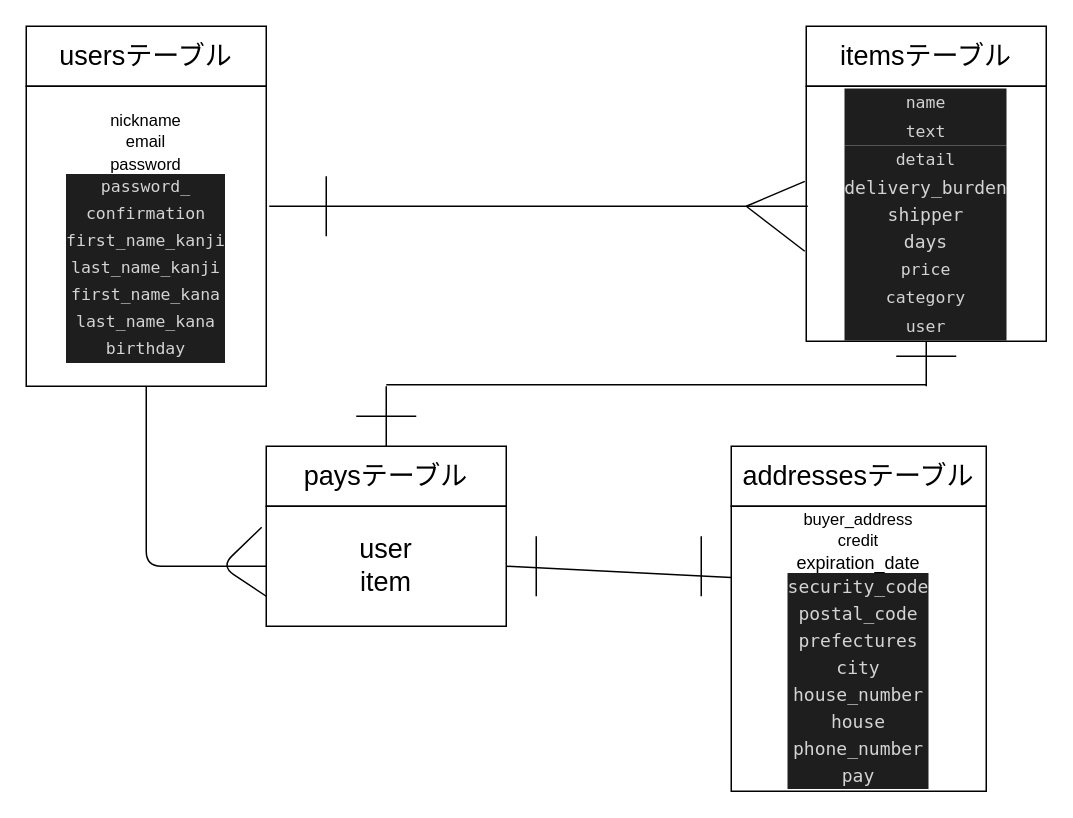
The draw.io diagram test.dio in maduya/furima-28123, before the edit. Source tidied: cells renumbered, new cells numbered last; positions are measured from the earlier drawing's top-left corner, leaving out a move shared by most shapes. Both pictures are drawn from the tidied source at 150%, with x=0, y=0 at pixel (26, 26).
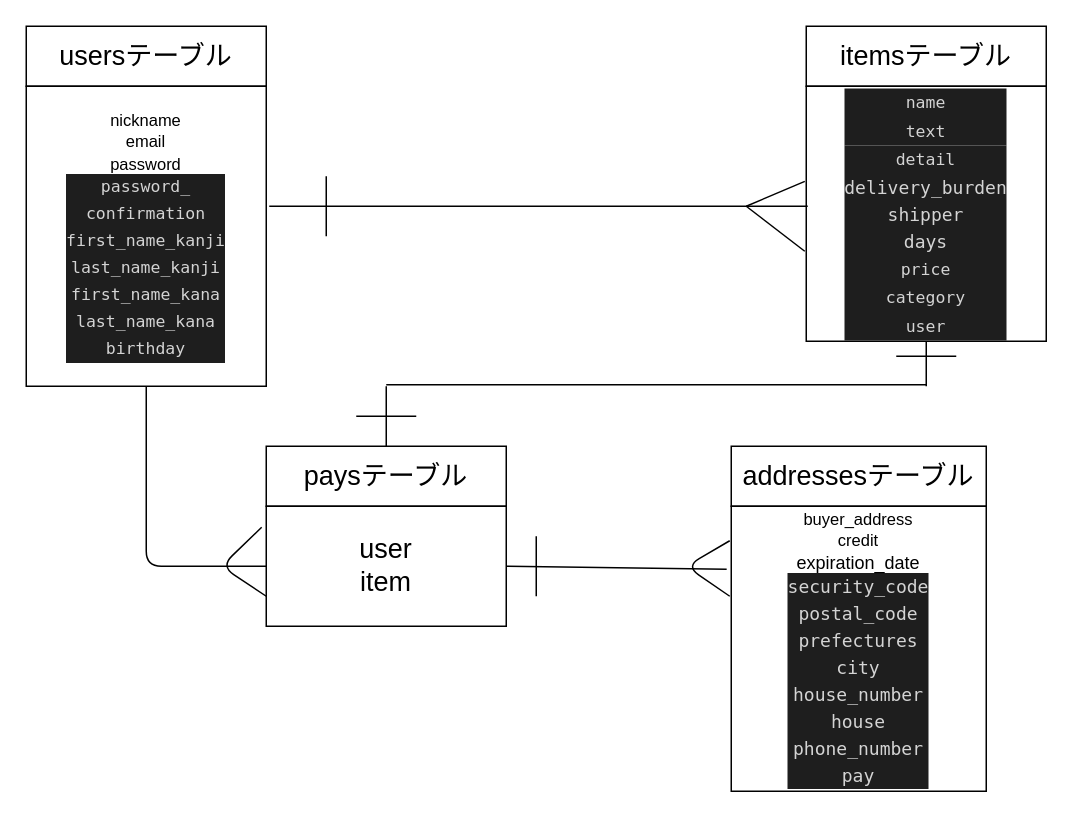
Above is the later version.

Commit message (it also covers changes not shown here):
テーブルの作成ー修正5度目

Unchanged cells that the change refers to:
```xml
<mxCell id="7" value="&lt;font style=&quot;font-size: 18px&quot;&gt;user&lt;br&gt;item&lt;br&gt;&lt;/font&gt;" style="rounded=0;whiteSpace=wrap;html=1;" parent="1" vertex="1">
  <mxGeometry x="160" y="320" width="160" height="80" as="geometry" />
</mxCell>
<mxCell id="9" value="&lt;font&gt;&lt;font style=&quot;font-size: 11px&quot;&gt;buyer_address&lt;br&gt;credit&lt;br&gt;&lt;/font&gt;expiration_date&lt;br&gt;&lt;div style=&quot;color: rgb(212 , 212 , 212) ; background-color: rgb(30 , 30 , 30) ; font-family: &amp;#34;menlo&amp;#34; , &amp;#34;monaco&amp;#34; , &amp;#34;courier new&amp;#34; , monospace ; line-height: 18px&quot;&gt;security_code&lt;/div&gt;&lt;div style=&quot;color: rgb(212 , 212 , 212) ; background-color: rgb(30 , 30 , 30) ; font-family: &amp;#34;menlo&amp;#34; , &amp;#34;monaco&amp;#34; , &amp;#34;courier new&amp;#34; , monospace ; line-height: 18px&quot;&gt;&lt;div style=&quot;font-family: &amp;#34;menlo&amp;#34; , &amp;#34;monaco&amp;#34; , &amp;#34;courier new&amp;#34; , monospace ; line-height: 18px&quot;&gt;postal_code&lt;/div&gt;&lt;div style=&quot;font-family: &amp;#34;menlo&amp;#34; , &amp;#34;monaco&amp;#34; , &amp;#34;courier new&amp;#34; , monospace ; line-height: 18px&quot;&gt;&lt;div style=&quot;font-family: &amp;#34;menlo&amp;#34; , &amp;#34;monaco&amp;#34; , &amp;#34;courier new&amp;#34; , monospace ; line-height: 18px&quot;&gt;prefectures&lt;/div&gt;&lt;div style=&quot;font-family: &amp;#34;menlo&amp;#34; , &amp;#34;monaco&amp;#34; , &amp;#34;courier new&amp;#34; , monospace ; line-height: 18px&quot;&gt;city&lt;/div&gt;&lt;div style=&quot;font-family: &amp;#34;menlo&amp;#34; , &amp;#34;monaco&amp;#34; , &amp;#34;courier new&amp;#34; , monospace ; line-height: 18px&quot;&gt;&lt;div style=&quot;font-family: &amp;#34;menlo&amp;#34; , &amp;#34;monaco&amp;#34; , &amp;#34;courier new&amp;#34; , monospace ; line-height: 18px&quot;&gt;house_number&lt;/div&gt;&lt;div style=&quot;font-family: &amp;#34;menlo&amp;#34; , &amp;#34;monaco&amp;#34; , &amp;#34;courier new&amp;#34; , monospace ; line-height: 18px&quot;&gt;house&lt;/div&gt;&lt;div style=&quot;font-family: &amp;#34;menlo&amp;#34; , &amp;#34;monaco&amp;#34; , &amp;#34;courier new&amp;#34; , monospace ; line-height: 18px&quot;&gt;&lt;div style=&quot;line-height: 18px&quot;&gt;phone_number&lt;/div&gt;&lt;div style=&quot;line-height: 18px&quot;&gt;pay&lt;/div&gt;&lt;/div&gt;&lt;/div&gt;&lt;/div&gt;&lt;/div&gt;&lt;/font&gt;" style="rounded=0;whiteSpace=wrap;html=1;" parent="1" vertex="1">
  <mxGeometry x="470" y="320" width="170" height="190" as="geometry" />
</mxCell>
```

What changed in the source:
```diff
@@
-    <mxCell id="19" style="endArrow=none;html=1;exitX=1;exitY=0.5;exitDx=0;exitDy=0;entryX=0;entryY=0.25;entryDx=0;entryDy=0;" parent="1" edge="1" source="7" target="9">
+    <mxCell id="19" style="endArrow=none;html=1;exitX=1;exitY=0.5;exitDx=0;exitDy=0;entryX=-0.018;entryY=0.221;entryDx=0;entryDy=0;entryPerimeter=0;" parent="1" edge="1" source="7" target="9">
       <mxGeometry relative="1" as="geometry" />
     </mxCell>
@@
-    <mxCell id="21" style="endArrow=none;html=1;" parent="1" edge="1">
+    <mxCell id="21" style="endArrow=none;html=1;entryX=-0.006;entryY=0.121;entryDx=0;entryDy=0;entryPerimeter=0;" parent="1" edge="1" target="9">
       <mxGeometry relative="1" as="geometry">
-        <mxPoint x="450" y="380" as="sourcePoint" />
-        <mxPoint x="450" y="340" as="targetPoint" />
+        <mxPoint x="469" y="380" as="sourcePoint" />
+        <Array as="points">
+          <mxPoint x="440" y="360" />
+        </Array>
       </mxGeometry>
     </mxCell>
```
